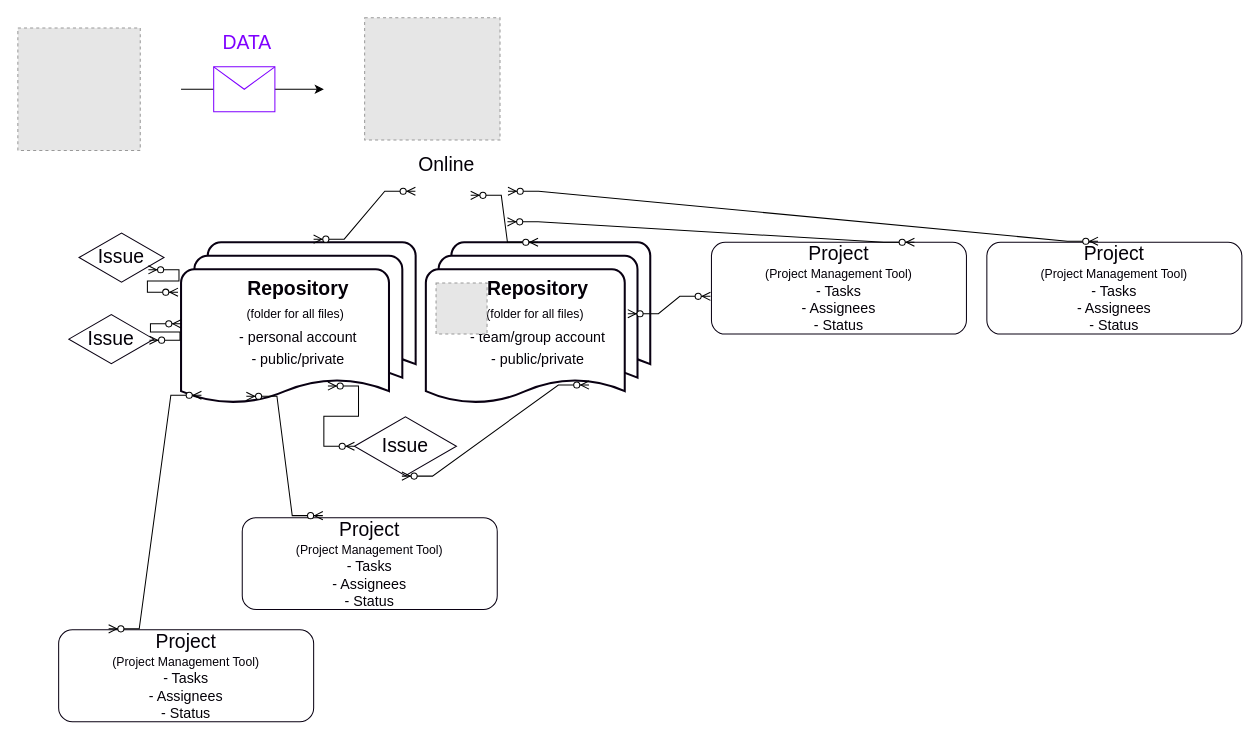
Before: Untitled Diagram.drawio in camrynallen/CamrynDAllen, a draw.io diagram. Source tidied: cells renumbered, new cells numbered last; positions are measured from the earlier drawing's top-left corner, leaving out a move shared by most shapes. Both pictures are drawn from the tidied source at 102%, with x=0, y=0 at pixel (17, 17). Pictures stored in the file or linked from it are replaced by grey dashed boxes.
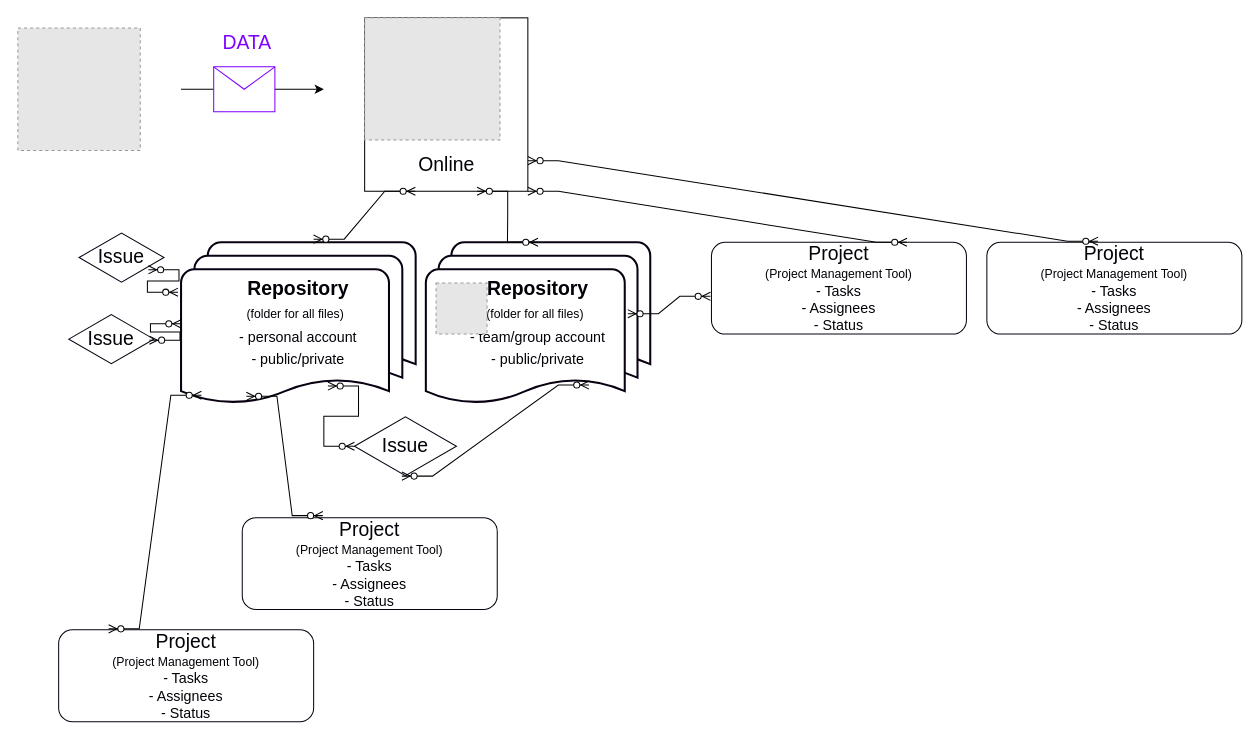
After the change.

Unchanged cells that the change refers to:
```xml
<mxCell id="8" value="Online" style="text;html=1;strokeColor=none;fillColor=none;align=center;verticalAlign=middle;whiteSpace=wrap;rounded=0;fontSize=19;fontColor=#040008;" parent="6" vertex="1">
  <mxGeometry x="19.5" y="119.8" width="121" height="50.2" as="geometry" />
</mxCell>
<mxCell id="11" value="&lt;font style=&quot;font-size: 19px;&quot;&gt;Project&lt;/font&gt;&lt;br&gt;&lt;font style=&quot;font-size: 12px;&quot;&gt;(Project Management Tool)&lt;br&gt;&lt;/font&gt;- Tasks&lt;br&gt;- Assignees&lt;br&gt;- Status" style="rounded=1;whiteSpace=wrap;html=1;strokeColor=#090012;fontSize=14;fontColor=#040008;" parent="1" vertex="1">
  <mxGeometry x="950" y="220" width="250" height="90" as="geometry" />
</mxCell>
<mxCell id="13" value="&lt;b&gt;Repository&lt;br&gt;&lt;/b&gt;&lt;font style=&quot;font-size: 12px;&quot;&gt;(folder for all files)&lt;/font&gt;&amp;nbsp;&lt;br&gt;&lt;font style=&quot;font-size: 14px;&quot;&gt;- team/group account&lt;br&gt;- public/private&lt;br&gt;&lt;/font&gt;" style="strokeWidth=2;html=1;shape=mxgraph.flowchart.multi-document;whiteSpace=wrap;strokeColor=#090012;fontSize=19;fontColor=#040008;" parent="1" vertex="1">
  <mxGeometry x="400" y="220" width="220" height="160" as="geometry" />
</mxCell>
```

The edit, as a diff of the source:
```diff
@@
-    <mxCell id="6" style="group;" parent="1" vertex="1">
+    <mxCell id="6" style="group;strokeColor=default;" parent="1" vertex="1">
       <mxGeometry x="340" width="160" height="170" as="geometry" />
     </mxCell>
@@
-    <mxCell id="18" style="edgeStyle=entityRelationEdgeStyle;fontSize=12;html=1;endArrow=ERzeroToMany;endFill=1;startArrow=ERzeroToMany;rounded=0;fontColor=#040008;entryX=0.436;entryY=-0.011;entryDx=0;entryDy=0;entryPerimeter=0;exitX=1;exitY=1;exitDx=0;exitDy=0;" parent="1" edge="1" source="8" target="11">
-      <mxGeometry relative="1" as="geometry" />
+    <mxCell id="18" style="edgeStyle=entityRelationEdgeStyle;fontSize=12;html=1;endArrow=ERzeroToMany;endFill=1;startArrow=ERzeroToMany;rounded=0;fontColor=#040008;entryX=0.436;entryY=-0.011;entryDx=0;entryDy=0;entryPerimeter=0;" parent="1" edge="1" target="11">
+      <mxGeometry relative="1" as="geometry">
+        <mxPoint x="500" y="140" as="sourcePoint" />
+      </mxGeometry>
     </mxCell>
-    <mxCell id="19" style="edgeStyle=entityRelationEdgeStyle;fontSize=12;html=1;endArrow=ERzeroToMany;endFill=1;startArrow=ERzeroToMany;rounded=0;fontColor=#040008;entryX=0.436;entryY=-0.011;entryDx=0;entryDy=0;entryPerimeter=0;" parent="1" edge="1">
-      <mxGeometry relative="1" as="geometry">
-        <mxPoint x="480" y="200" as="sourcePoint" />
-        <mxPoint x="879" y="220" as="targetPoint" />
-      </mxGeometry>
-    </mxCell>
-    <mxCell id="20" style="edgeStyle=entityRelationEdgeStyle;fontSize=12;html=1;endArrow=ERzeroToMany;endFill=1;startArrow=ERzeroToMany;rounded=0;fontColor=#040008;entryX=0.5;entryY=0;entryDx=0;entryDy=0;entryPerimeter=0;exitX=0.698;exitY=1.08;exitDx=0;exitDy=0;exitPerimeter=0;" parent="1" edge="1" source="8" target="13">
+    <mxCell id="20" style="edgeStyle=entityRelationEdgeStyle;fontSize=12;html=1;endArrow=ERzeroToMany;endFill=1;startArrow=ERzeroToMany;rounded=0;fontColor=#040008;entryX=0.5;entryY=0;entryDx=0;entryDy=0;entryPerimeter=0;exitX=0.75;exitY=1;exitDx=0;exitDy=0;" parent="1" edge="1" source="8" target="13">
       <mxGeometry relative="1" as="geometry" />
     </mxCell>
@@
+    <mxCell id="19" style="edgeStyle=entityRelationEdgeStyle;fontSize=12;html=1;endArrow=ERzeroToMany;endFill=1;startArrow=ERzeroToMany;rounded=0;fontColor=#040008;entryX=0.436;entryY=-0.011;entryDx=0;entryDy=0;entryPerimeter=0;" parent="1" edge="1">
+      <mxGeometry relative="1" as="geometry">
+        <mxPoint x="500" y="170" as="sourcePoint" />
+        <mxPoint x="871.7" y="220" as="targetPoint" />
+      </mxGeometry>
+    </mxCell>
```
